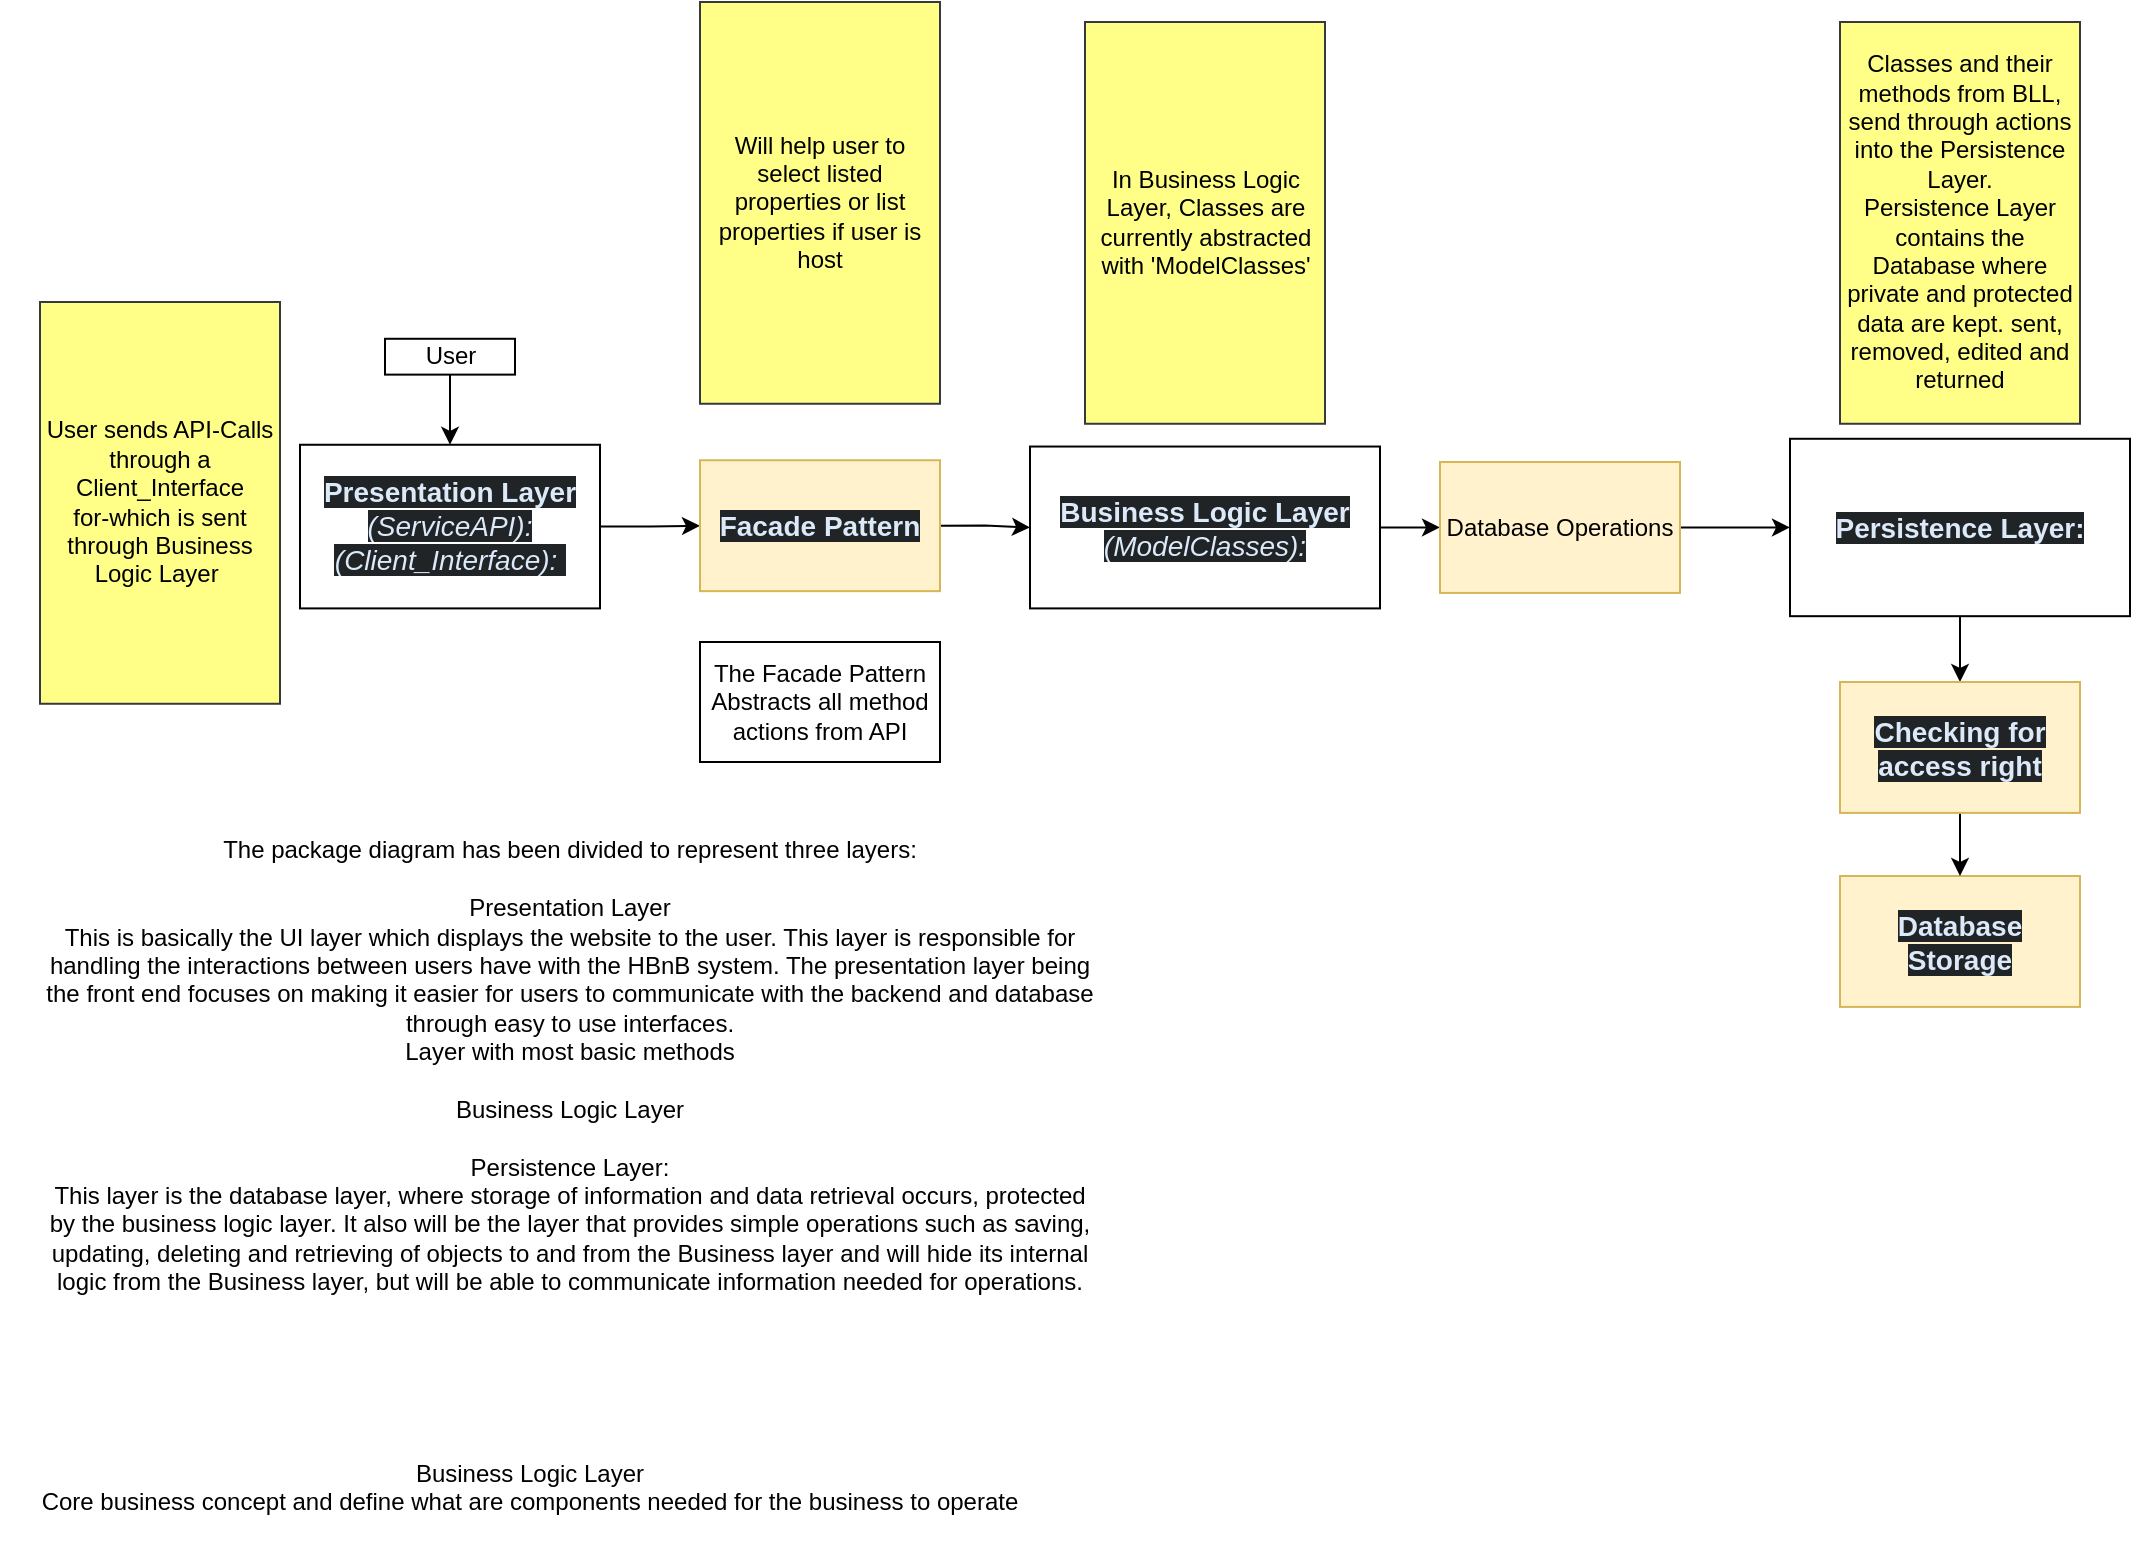
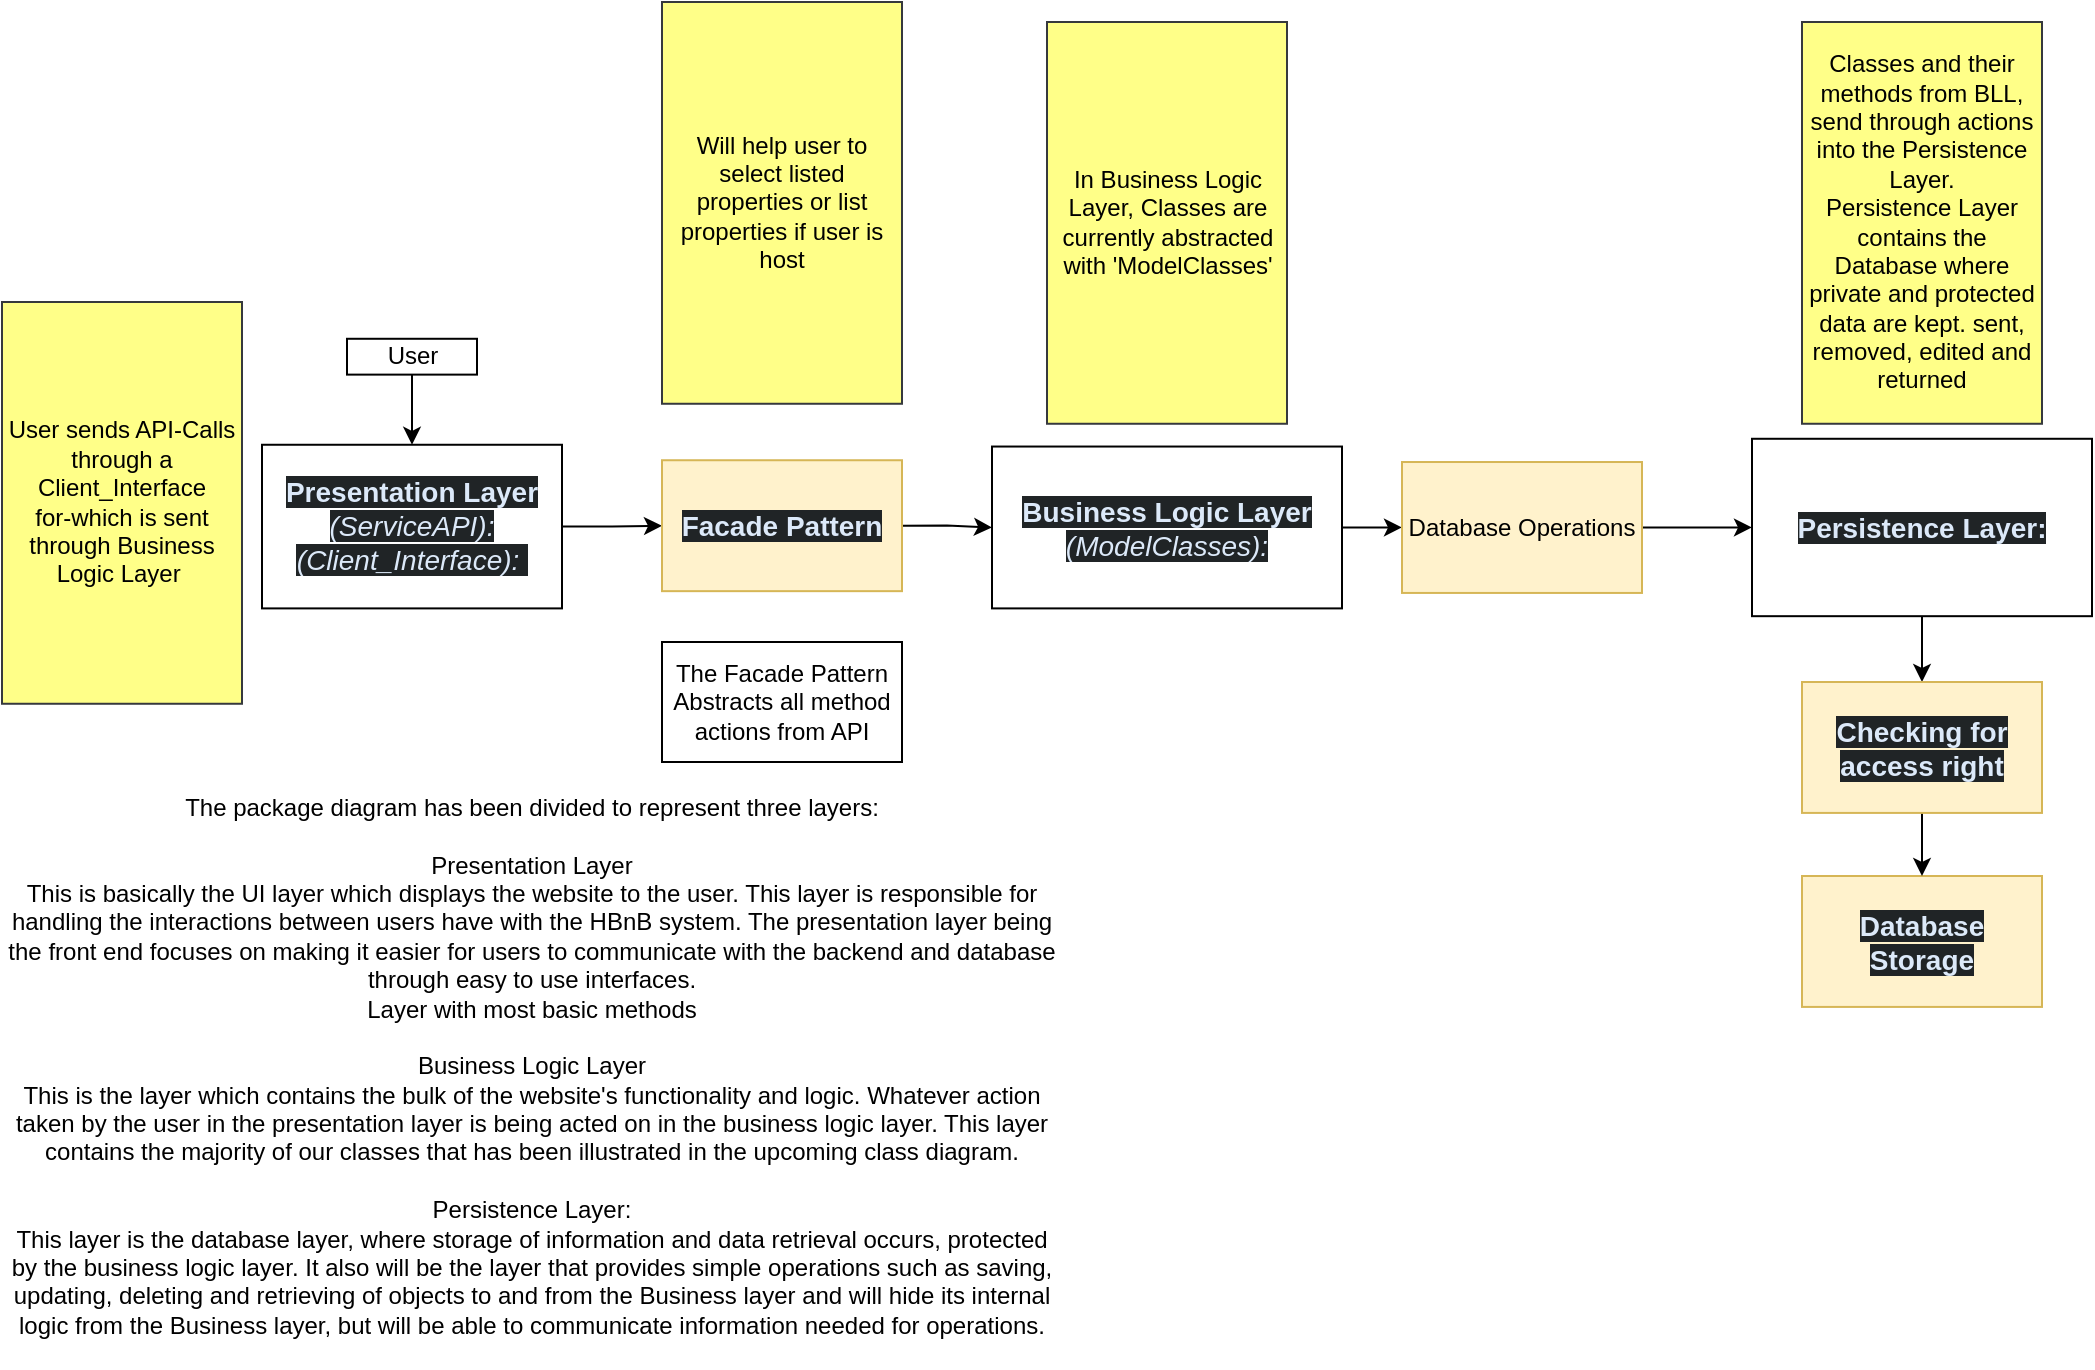
<mxfile host="app.diagrams.net">
  <diagram name="Page-1" id="2KrW7VEhyqmw7Nx4Ttr-">
-     <mxGraphModel dx="1377" dy="947" grid="1" gridSize="10" guides="1" tooltips="1" connect="1" arrows="1" fold="1" page="1" pageScale="1" pageWidth="850" pageHeight="1100" math="0" shadow="0">
+     <mxGraphModel dx="1134" dy="780" grid="1" gridSize="10" guides="1" tooltips="1" connect="1" arrows="1" fold="1" page="1" pageScale="1" pageWidth="850" pageHeight="1100" math="0" shadow="0">
      <root>
        <mxCell id="0" />
        <mxCell id="1" parent="0" />
        <mxCell id="vZHe2jEZJALmbnLdjFB--106" edge="1" parent="1" source="vZHe2jEZJALmbnLdjFB--105" style="edgeStyle=orthogonalEdgeStyle;rounded=0;orthogonalLoop=1;jettySize=auto;html=1;entryX=0.5;entryY=0;entryDx=0;entryDy=0;exitX=0.5;exitY=1;exitDx=0;exitDy=0;" target="vZHe2jEZJALmbnLdjFB--6" value="">
          <mxGeometry relative="1" as="geometry">
            <mxPoint x="360" y="250" as="sourcePoint" />
          </mxGeometry>
        </mxCell>
        <mxCell id="vZHe2jEZJALmbnLdjFB--6" parent="1" style="rounded=0;whiteSpace=wrap;html=1;" value="&lt;strong style=&quot;box-sizing: border-box; font-weight: bold; scrollbar-color: rgb(95, 99, 104) rgb(49, 54, 60); color: rgb(220, 233, 249); font-family: aktiv-grotesk, sans-serif; font-size: 14px; text-align: start; background-color: rgb(32, 36, 38);&quot;&gt;Presentation Layer &lt;/strong&gt;&lt;span style=&quot;box-sizing: border-box; scrollbar-color: rgb(95, 99, 104) rgb(49, 54, 60); color: rgb(220, 233, 249); font-family: aktiv-grotesk, sans-serif; font-size: 14px; text-align: start; background-color: rgb(32, 36, 38);&quot;&gt;&lt;i&gt;(ServiceAPI):&lt;/i&gt;&lt;/span&gt;&lt;div&gt;&lt;span style=&quot;color: rgb(220, 233, 249); font-family: aktiv-grotesk, sans-serif; font-size: 14px; text-align: start; background-color: rgb(32, 36, 38);&quot;&gt;&lt;i&gt;(Client_Interface):&amp;nbsp;&lt;/i&gt;&lt;/span&gt;&lt;/div&gt;" vertex="1">
          <mxGeometry height="81.82" width="150" x="400" y="301.38" as="geometry" />
        </mxCell>
        <mxCell id="vZHe2jEZJALmbnLdjFB--8" edge="1" parent="1" source="vZHe2jEZJALmbnLdjFB--10" style="edgeStyle=orthogonalEdgeStyle;rounded=0;orthogonalLoop=1;jettySize=auto;html=1;exitX=1;exitY=0.5;exitDx=0;exitDy=0;entryX=0;entryY=0.5;entryDx=0;entryDy=0;" target="vZHe2jEZJALmbnLdjFB--39">
          <mxGeometry relative="1" as="geometry" />
        </mxCell>
        <mxCell id="vZHe2jEZJALmbnLdjFB--10" parent="1" style="rounded=0;whiteSpace=wrap;html=1;" value="&lt;span style=&quot;box-sizing: border-box; scrollbar-color: rgb(95, 99, 104) rgb(49, 54, 60); color: rgb(220, 233, 249); font-family: aktiv-grotesk, sans-serif; font-size: 14px; text-align: start; background-color: rgb(32, 36, 38);&quot;&gt;&lt;b&gt;Business Logic Layer &lt;/b&gt;&lt;i style=&quot;&quot;&gt;(ModelClasses):&lt;/i&gt;&lt;/span&gt;" vertex="1">
          <mxGeometry height="80.93" width="175" x="765" y="302.27" as="geometry" />
        </mxCell>
        <mxCell id="vZHe2jEZJALmbnLdjFB--11" edge="1" parent="1" source="vZHe2jEZJALmbnLdjFB--12" style="edgeStyle=orthogonalEdgeStyle;rounded=0;orthogonalLoop=1;jettySize=auto;html=1;exitX=0.5;exitY=1;exitDx=0;exitDy=0;entryX=0.5;entryY=0;entryDx=0;entryDy=0;" target="vZHe2jEZJALmbnLdjFB--102">
          <mxGeometry relative="1" as="geometry" />
        </mxCell>
        <mxCell id="vZHe2jEZJALmbnLdjFB--12" parent="1" style="rounded=0;whiteSpace=wrap;html=1;" value="&lt;strong style=&quot;box-sizing: border-box; font-weight: bold; scrollbar-color: rgb(95, 99, 104) rgb(49, 54, 60); color: rgb(220, 233, 249); font-family: aktiv-grotesk, sans-serif; font-size: 14px; text-align: start; background-color: rgb(32, 36, 38);&quot;&gt;Persistence Layer:&lt;/strong&gt;" vertex="1">
          <mxGeometry height="88.7" width="170" x="1145" y="298.39" as="geometry" />
        </mxCell>
        <mxCell id="vZHe2jEZJALmbnLdjFB--29" parent="1" style="rounded=0;whiteSpace=wrap;html=1;align=center;fillColor=#fff2cc;strokeColor=#d6b656;" value="&lt;div style=&quot;&quot;&gt;&lt;font color=&quot;#dce9f9&quot; face=&quot;aktiv-grotesk, sans-serif&quot;&gt;&lt;span style=&quot;font-size: 14px; background-color: rgb(32, 36, 38);&quot;&gt;&lt;b&gt;Database&lt;br&gt;Storage&lt;/b&gt;&lt;/span&gt;&lt;/font&gt;&lt;/div&gt;" vertex="1">
          <mxGeometry height="65.46" width="120" x="1170" y="517" as="geometry" />
        </mxCell>
        <mxCell id="vZHe2jEZJALmbnLdjFB--35" edge="1" parent="1" source="vZHe2jEZJALmbnLdjFB--37" style="edgeStyle=orthogonalEdgeStyle;rounded=0;orthogonalLoop=1;jettySize=auto;html=1;exitX=1;exitY=0.5;exitDx=0;exitDy=0;" target="vZHe2jEZJALmbnLdjFB--10">
          <mxGeometry relative="1" as="geometry">
            <mxPoint x="750" y="339.5700000000001" as="sourcePoint" />
          </mxGeometry>
        </mxCell>
        <mxCell id="vZHe2jEZJALmbnLdjFB--36" edge="1" parent="1" source="vZHe2jEZJALmbnLdjFB--6" style="edgeStyle=orthogonalEdgeStyle;rounded=0;orthogonalLoop=1;jettySize=auto;html=1;exitX=1;exitY=0.5;exitDx=0;exitDy=0;entryX=0;entryY=0.5;entryDx=0;entryDy=0;" target="vZHe2jEZJALmbnLdjFB--37">
          <mxGeometry relative="1" as="geometry">
            <mxPoint x="575" y="430" as="targetPoint" />
          </mxGeometry>
        </mxCell>
        <mxCell id="vZHe2jEZJALmbnLdjFB--37" parent="1" style="rounded=0;whiteSpace=wrap;html=1;align=center;fillColor=#fff2cc;strokeColor=#d6b656;" value="&lt;div style=&quot;&quot;&gt;&lt;font color=&quot;#dce9f9&quot; face=&quot;aktiv-grotesk, sans-serif&quot;&gt;&lt;span style=&quot;font-size: 14px; background-color: rgb(32, 36, 38);&quot;&gt;&lt;b&gt;Facade Pattern&lt;/b&gt;&lt;/span&gt;&lt;/font&gt;&lt;/div&gt;" vertex="1">
          <mxGeometry height="65.46" width="120" x="600" y="309.11999999999995" as="geometry" />
        </mxCell>
        <mxCell id="vZHe2jEZJALmbnLdjFB--38" edge="1" parent="1" source="vZHe2jEZJALmbnLdjFB--39" style="edgeStyle=orthogonalEdgeStyle;rounded=0;orthogonalLoop=1;jettySize=auto;html=1;exitX=1;exitY=0.5;exitDx=0;exitDy=0;entryX=0;entryY=0.5;entryDx=0;entryDy=0;" target="vZHe2jEZJALmbnLdjFB--12">
          <mxGeometry relative="1" as="geometry" />
        </mxCell>
        <mxCell id="vZHe2jEZJALmbnLdjFB--39" parent="1" style="rounded=0;whiteSpace=wrap;html=1;align=center;fillColor=#fff2cc;strokeColor=#d6b656;" value="Database Operations" vertex="1">
          <mxGeometry height="65.46" width="120" x="970" y="310.01" as="geometry" />
        </mxCell>
        <mxCell id="vZHe2jEZJALmbnLdjFB--101" edge="1" parent="1" source="vZHe2jEZJALmbnLdjFB--102" style="edgeStyle=orthogonalEdgeStyle;rounded=0;orthogonalLoop=1;jettySize=auto;html=1;exitX=0.5;exitY=1;exitDx=0;exitDy=0;entryX=0.5;entryY=0;entryDx=0;entryDy=0;" target="vZHe2jEZJALmbnLdjFB--29">
          <mxGeometry relative="1" as="geometry">
            <mxPoint x="1460" y="530" as="targetPoint" />
          </mxGeometry>
        </mxCell>
        <mxCell id="vZHe2jEZJALmbnLdjFB--102" parent="1" style="rounded=0;whiteSpace=wrap;html=1;align=center;fillColor=#fff2cc;strokeColor=#d6b656;" value="&lt;div style=&quot;&quot;&gt;&lt;font color=&quot;#dce9f9&quot; face=&quot;aktiv-grotesk, sans-serif&quot;&gt;&lt;span style=&quot;font-size: 14px; background-color: rgb(32, 36, 38);&quot;&gt;&lt;b&gt;Checking for access right&lt;/b&gt;&lt;/span&gt;&lt;/font&gt;&lt;/div&gt;" vertex="1">
          <mxGeometry height="65.46" width="120" x="1170" y="420" as="geometry" />
        </mxCell>
        <mxCell id="vZHe2jEZJALmbnLdjFB--105" parent="1" style="whiteSpace=wrap;html=1;rounded=0;" value="User" vertex="1">
          <mxGeometry height="17.92" width="65" x="442.5" y="248.39" as="geometry" />
        </mxCell>
        <mxCell id="WIsYPLuYnzwIEppj4hiX-1" parent="1" style="rounded=0;whiteSpace=wrap;html=1;fillColor=light-dark(#FFFF88,#FFFF63);strokeColor=#36393d;fontColor=light-dark(#000000,#000000);" value="User sends API-Calls through a Client_Interface&lt;br&gt;for-which is sent through Business Logic Layer&amp;nbsp;" vertex="1">
          <mxGeometry height="200.88" width="120" x="270" y="230" as="geometry" />
        </mxCell>
        <mxCell id="WIsYPLuYnzwIEppj4hiX-2" parent="1" style="rounded=0;whiteSpace=wrap;html=1;fillColor=light-dark(#FFFF88,#FFFF63);strokeColor=#36393d;fontColor=light-dark(#000000,#000000);" value="In Business Logic Layer, Classes are currently abstracted with &#39;ModelClasses&#39;" vertex="1">
          <mxGeometry height="200.88" width="120" x="792.5" y="90" as="geometry" />
        </mxCell>
        <mxCell id="WIsYPLuYnzwIEppj4hiX-3" parent="1" style="rounded=0;whiteSpace=wrap;html=1;fillColor=light-dark(#FFFF88,#FFFF63);strokeColor=#36393d;fontColor=light-dark(#000000,#000000);" value="Classes and their methods from BLL,&lt;br&gt;send through actions into the Persistence Layer.&lt;br&gt;Persistence Layer contains the Database where private and protected data are kept. sent, removed, edited and returned" vertex="1">
          <mxGeometry height="200.88" width="120" x="1170" y="90" as="geometry" />
        </mxCell>
        <mxCell id="WgZE8rlp9okLk8PS5iAP-1" parent="1" style="rounded=0;whiteSpace=wrap;html=1;fillColor=light-dark(#FFFF88,#FFFF63);strokeColor=#36393d;fontColor=light-dark(#000000,#000000);" value="Will help user to select listed properties or list properties if user is host" vertex="1">
          <mxGeometry height="200.88" width="120" x="600" y="80" as="geometry" />
        </mxCell>
        <mxCell id="jcnPVMmyGXToek09mdS7-1" parent="1" style="rounded=0;whiteSpace=wrap;html=1;" value="The Facade Pattern Abstracts all method actions from API" vertex="1">
          <mxGeometry height="60" width="120" x="600" y="400" as="geometry" />
        </mxCell>
-         <mxCell id="3AgvAKh3npFNZkdtQLno-1" parent="1" style="text;html=1;whiteSpace=wrap;strokeColor=none;fillColor=none;align=center;verticalAlign=middle;rounded=0;" value="The package diagram has been divided to represent three layers:&lt;br&gt;&lt;br&gt;Presentation Layer&lt;div&gt;This is basically the UI layer which displays the website to the user. This layer is responsible for handling the interactions between users have with the HBnB system. The presentation layer being the front end focuses on making it easier for users to communicate with the backend and database through easy to use interfaces.&lt;br&gt;Layer with most basic methods&lt;br&gt;&lt;br&gt;Business Logic Layer&lt;div&gt;&lt;br&gt;&lt;/div&gt;&lt;div&gt;Persistence Layer:&lt;/div&gt;&lt;div&gt;This layer is the database layer, where storage of information and data retrieval occurs, protected by the business logic layer. It also will be the layer that provides simple operations such as saving, updating, deleting and retrieving of objects to and from the Business layer and will hide its internal logic from the Business layer, but will be able to communicate information needed for operations.&lt;/div&gt;&lt;/div&gt;" vertex="1">
+         <mxCell id="3AgvAKh3npFNZkdtQLno-1" parent="1" style="text;html=1;whiteSpace=wrap;strokeColor=none;fillColor=none;align=center;verticalAlign=middle;rounded=0;" value="The package diagram has been divided to represent three layers:&lt;br&gt;&lt;br&gt;Presentation Layer&lt;div&gt;This is basically the UI layer which displays the website to the user. This layer is responsible for handling the interactions between users have with the HBnB system. The presentation layer being the front end focuses on making it easier for users to communicate with the backend and database through easy to use interfaces.&lt;br&gt;Layer with most basic methods&lt;br&gt;&lt;br&gt;Business Logic Layer&lt;div&gt;This is the layer which contains the bulk of the website&#39;s functionality and logic. Whatever action taken by the user in the presentation layer is being acted on in the business logic layer. This layer contains the majority of our classes that has been illustrated in the upcoming class diagram.&lt;/div&gt;&lt;div&gt;&lt;br&gt;&lt;/div&gt;&lt;div&gt;Persistence Layer:&lt;/div&gt;&lt;div&gt;This layer is the database layer, where storage of information and data retrieval occurs, protected by the business logic layer. It also will be the layer that provides simple operations such as saving, updating, deleting and retrieving of objects to and from the Business layer and will hide its internal logic from the Business layer, but will be able to communicate information needed for operations.&lt;/div&gt;&lt;/div&gt;" vertex="1">
          <mxGeometry height="303" width="530" x="270" y="460" as="geometry" />
-         </mxCell>
-         <mxCell id="W_o3C3PsjH2Ao98SipCb-1" parent="1" style="text;html=1;whiteSpace=wrap;strokeColor=none;fillColor=none;align=center;verticalAlign=middle;rounded=0;" value="Business Logic Layer&lt;div&gt;Core business concept and define what are components needed for the business to operate&lt;/div&gt;&lt;div&gt;&lt;div&gt;&lt;br&gt;&lt;/div&gt;&lt;/div&gt;" vertex="1">
-           <mxGeometry height="60" width="530" x="250" y="800" as="geometry" />
        </mxCell>
      </root>
    </mxGraphModel>
  </diagram>
</mxfile>
